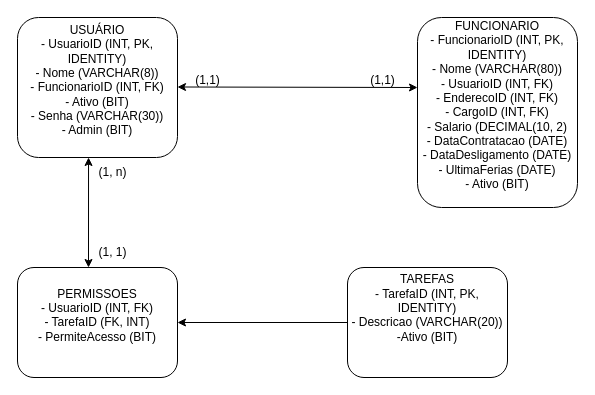
Before: page "RelacionamentoBD" (1 of 2) of LavanderiaDiagram.drawio in lucasVirolli/Lavanderia, a draw.io diagram. Source tidied: cells renumbered, new cells numbered last; positions are measured from the earlier drawing's top-left corner, leaving out a move shared by most shapes. Both pictures are drawn from the tidied source at 100%, with x=0, y=0 at pixel (17, 17).
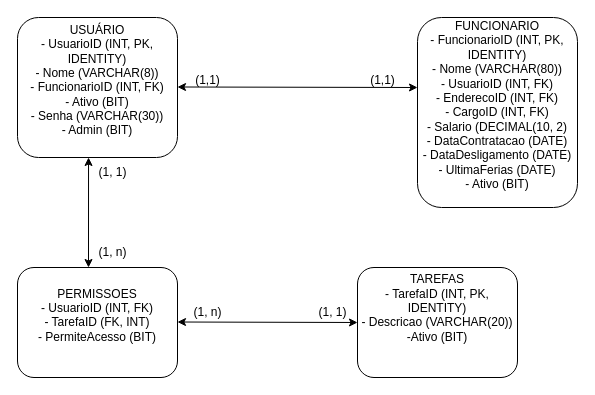
The same diagram, later.

Diff of the diagram source:
```diff
@@
 <mxGraphModel>
   <root>
     <mxCell id="0" />
     <mxCell id="1" parent="0" />
     <mxCell id="2" value="USUÁRIO&lt;div&gt;- UsuarioID (INT, PK, IDENTITY)&lt;/div&gt;&lt;div&gt;- Nome (VARCHAR(8))&lt;/div&gt;&lt;div&gt;- FuncionarioID (INT, FK)&lt;/div&gt;&lt;div&gt;- Ativo (BIT)&lt;/div&gt;&lt;div&gt;- Senha (VARCHAR(30))&lt;/div&gt;&lt;div&gt;- Admin (BIT)&lt;/div&gt;&lt;div&gt;&lt;br&gt;&lt;/div&gt;" style="rounded=1;whiteSpace=wrap;html=1;align=center;" parent="1" vertex="1">
       <mxGeometry width="160" height="140" as="geometry" />
     </mxCell>
     <mxCell id="3" value="FUNCIONARIO&lt;div&gt;- FuncionarioID (INT, PK, IDENTITY)&lt;/div&gt;&lt;div&gt;- Nome (VARCHAR(80))&lt;/div&gt;&lt;div&gt;- UsuarioID (INT, FK)&lt;/div&gt;&lt;div&gt;- EnderecoID (INT, FK)&lt;/div&gt;&lt;div&gt;- CargoID (INT, FK)&lt;/div&gt;&lt;div&gt;- Salario (DECIMAL(10, 2)&lt;/div&gt;&lt;div&gt;- DataContratacao (DATE)&lt;/div&gt;&lt;div&gt;- DataDesligamento (DATE)&lt;/div&gt;&lt;div&gt;- UltimaFerias (DATE)&lt;/div&gt;&lt;div&gt;- Ativo (BIT)&lt;/div&gt;&lt;div&gt;&lt;br&gt;&lt;/div&gt;" style="rounded=1;whiteSpace=wrap;html=1;align=center;" parent="1" vertex="1">
       <mxGeometry x="400" width="160" height="190" as="geometry" />
     </mxCell>
     <mxCell id="4" style="endArrow=classic;startArrow=classic;html=1;rounded=0;" parent="1" edge="1">
       <mxGeometry relative="1" as="geometry">
         <mxPoint x="160" y="69.5" as="sourcePoint" />
         <mxPoint x="400" y="70" as="targetPoint" />
       </mxGeometry>
     </mxCell>
     <mxCell id="5" value="(1,1)" style="text;html=1;align=center;verticalAlign=middle;strokeColor=none;fillColor=none;" parent="1" vertex="1">
       <mxGeometry x="165" y="48" width="50" height="30" as="geometry" />
     </mxCell>
     <mxCell id="6" value="(1,1)" style="text;html=1;align=center;verticalAlign=middle;strokeColor=none;fillColor=none;" parent="1" vertex="1">
       <mxGeometry x="340" y="48" width="50" height="30" as="geometry" />
     </mxCell>
-    <mxCell id="7" style="edgeStyle=none;rounded=0;jettySize=auto;html=1;" parent="1" edge="1" source="8" target="9">
-      <mxGeometry relative="1" as="geometry" />
-    </mxCell>
     <mxCell id="8" value="TAREFAS&lt;div&gt;- TarefaID (INT, PK, IDENTITY)&lt;/div&gt;&lt;div&gt;- Descricao (VARCHAR(20))&lt;/div&gt;&lt;div&gt;-Ativo (BIT)&lt;/div&gt;&lt;div&gt;&lt;br&gt;&lt;/div&gt;&lt;div&gt;&lt;br&gt;&lt;/div&gt;" style="rounded=1;whiteSpace=wrap;html=1;align=center;" parent="1" vertex="1">
-      <mxGeometry x="330" y="250" width="160" height="110" as="geometry" />
+      <mxGeometry x="340" y="250" width="160" height="110" as="geometry" />
     </mxCell>
     <mxCell id="9" value="PERMISSOES&lt;div&gt;- UsuarioID (INT, FK)&lt;/div&gt;&lt;div&gt;- TarefaID (FK, INT)&lt;/div&gt;&lt;div&gt;- PermiteAcesso (BIT)&lt;/div&gt;&lt;div&gt;&lt;br&gt;&lt;/div&gt;" style="rounded=1;whiteSpace=wrap;html=1;align=center;" parent="1" vertex="1">
       <mxGeometry y="250" width="160" height="110" as="geometry" />
     </mxCell>
     <mxCell id="10" style="endArrow=classic;startArrow=classic;html=1;rounded=0;exitX=0.444;exitY=1;exitDx=0;exitDy=0;exitPerimeter=0;" parent="1" edge="1" source="2">
       <mxGeometry relative="1" as="geometry">
         <mxPoint x="71" y="250" as="targetPoint" />
       </mxGeometry>
     </mxCell>
-    <mxCell id="11" value="(1, n)" style="text;html=1;align=center;verticalAlign=middle;strokeColor=none;fillColor=none;" parent="1" vertex="1">
+    <mxCell id="11" value="(1, 1)" style="text;html=1;align=center;verticalAlign=middle;strokeColor=none;fillColor=none;" parent="1" vertex="1">
       <mxGeometry x="70" y="140" width="50" height="30" as="geometry" />
     </mxCell>
-    <mxCell id="12" value="(1, 1)" style="text;html=1;align=center;verticalAlign=middle;strokeColor=none;fillColor=none;" parent="1" vertex="1">
+    <mxCell id="12" value="(1, n)" style="text;html=1;align=center;verticalAlign=middle;strokeColor=none;fillColor=none;" parent="1" vertex="1">
       <mxGeometry x="70" y="220" width="50" height="30" as="geometry" />
     </mxCell>
+    <mxCell id="13" style="endArrow=classic;startArrow=classic;html=1;rounded=0;entryX=0;entryY=0.5;entryDx=0;entryDy=0;" parent="1" edge="1" target="8">
+      <mxGeometry relative="1" as="geometry">
+        <mxPoint x="160" y="304.5" as="sourcePoint" />
+      </mxGeometry>
+    </mxCell>
+    <mxCell id="14" value="(1, 1)" style="text;html=1;align=center;verticalAlign=middle;strokeColor=none;fillColor=none;" parent="1" vertex="1">
+      <mxGeometry x="290" y="280" width="50" height="30" as="geometry" />
+    </mxCell>
+    <mxCell id="15" value="(1, n)" style="text;html=1;align=center;verticalAlign=middle;strokeColor=none;fillColor=none;" parent="1" vertex="1">
+      <mxGeometry x="165" y="280" width="50" height="30" as="geometry" />
+    </mxCell>
   </root>
 </mxGraphModel>
```
